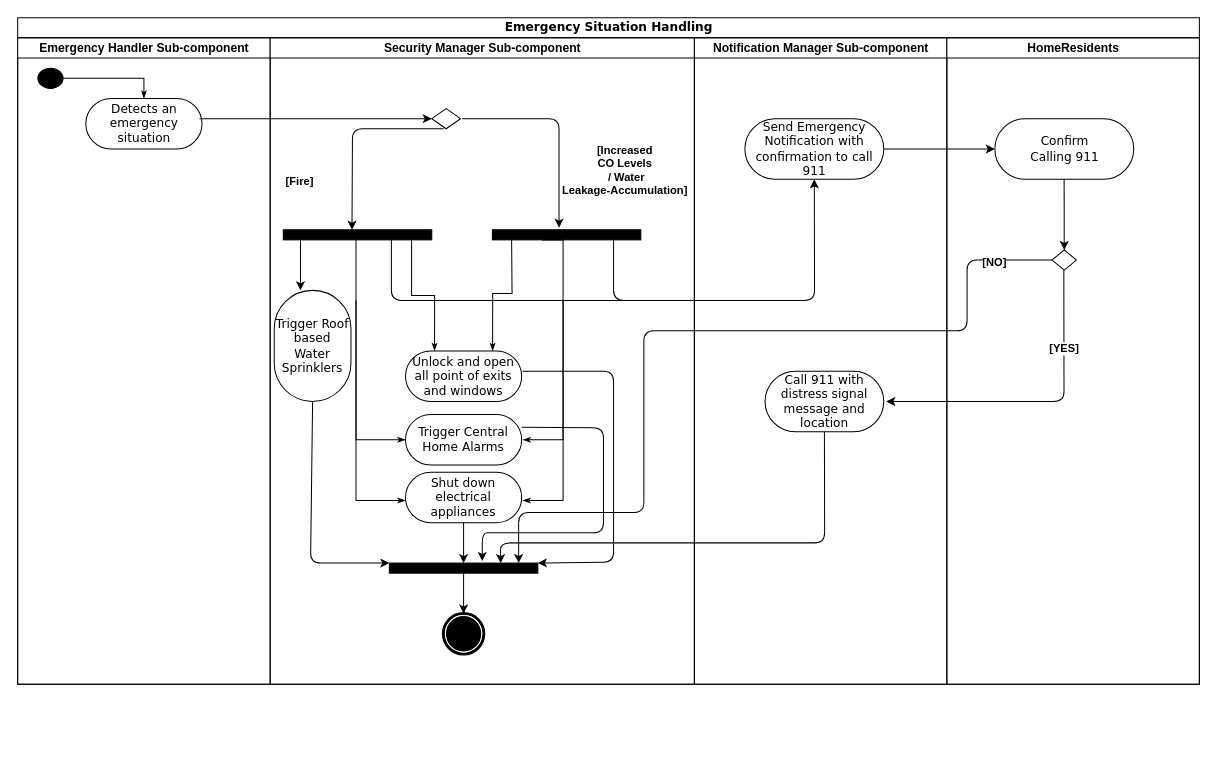
Before: Deliverable-3/Apoorv/ActivityDiagramEmergencyHandling.drawio in sakibshuvo/SOEN-6481-SRS, a draw.io diagram. Source tidied: cells renumbered, new cells numbered last; positions are measured from the earlier drawing's top-left corner, leaving out a move shared by most shapes. Both pictures are drawn from the tidied source at 101%, with x=0, y=0 at pixel (17, 17).
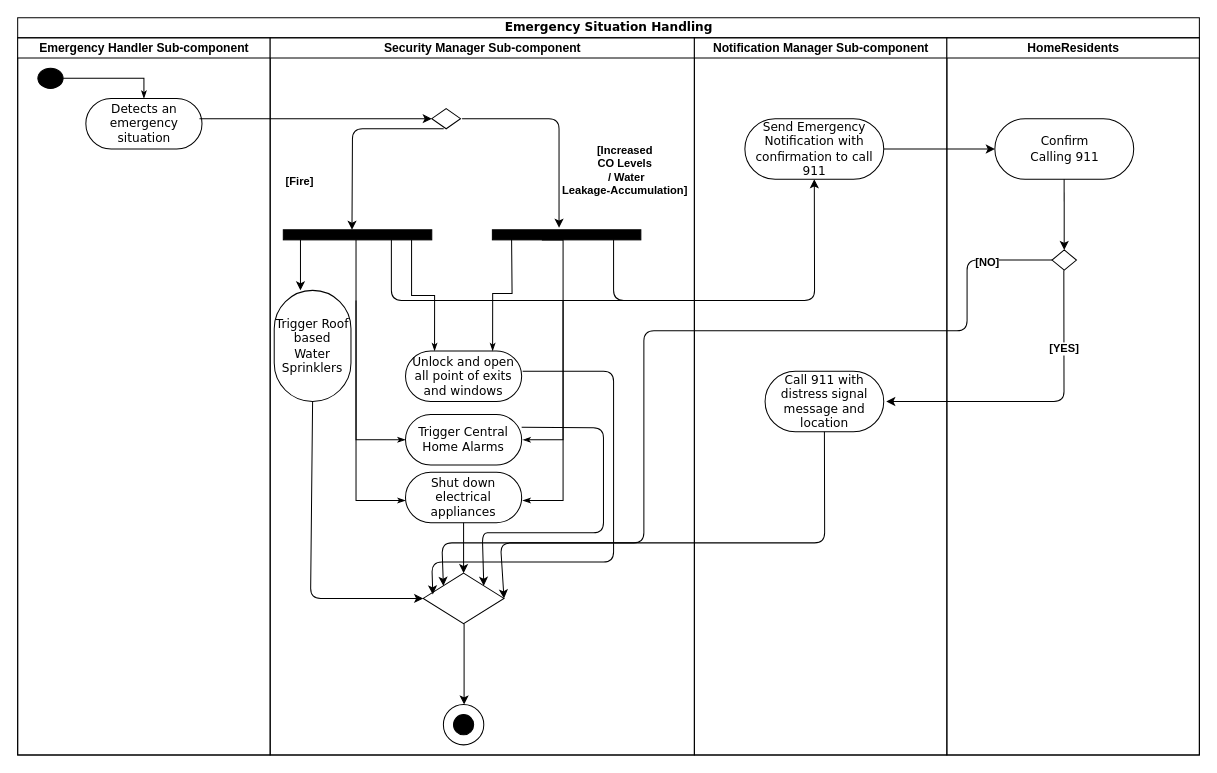
The same page after the edit.

Unchanged cells that the change refers to:
```xml
<mxCell id="11" value="Trigger Roof based &lt;br&gt;Water &lt;br&gt;Sprinklers" style="rounded=1;whiteSpace=wrap;html=1;shadow=0;comic=0;labelBackgroundColor=none;strokeWidth=1;fontFamily=Verdana;fontSize=12;align=center;arcSize=50;" parent="7" vertex="1">
  <mxGeometry x="4" y="250" width="76" height="110" as="geometry" />
</mxCell>
<mxCell id="22" value="Shut down electrical appliances" style="rounded=1;whiteSpace=wrap;html=1;shadow=0;comic=0;labelBackgroundColor=none;strokeWidth=1;fontFamily=Verdana;fontSize=12;align=center;arcSize=50;" parent="7" vertex="1">
  <mxGeometry x="134" y="430" width="115" height="50" as="geometry" />
</mxCell>
<mxCell id="25" value="Trigger Central Home Alarms" style="rounded=1;whiteSpace=wrap;html=1;shadow=0;comic=0;labelBackgroundColor=none;strokeWidth=1;fontFamily=Verdana;fontSize=12;align=center;arcSize=50;" parent="7" vertex="1">
  <mxGeometry x="134" y="373" width="115" height="50" as="geometry" />
</mxCell>
<mxCell id="39" value="Call 911 with distress signal message and location" style="rounded=1;whiteSpace=wrap;html=1;shadow=0;comic=0;labelBackgroundColor=none;strokeWidth=1;fontFamily=Verdana;fontSize=12;align=center;arcSize=50;" parent="38" vertex="1">
  <mxGeometry x="70" y="330" width="117.5" height="60" as="geometry" />
</mxCell>
<mxCell id="47" style="rhombus;whiteSpace=wrap;html=1;" parent="42" vertex="1">
  <mxGeometry x="104.1" y="210" width="24.2" height="20" as="geometry" />
</mxCell>
```

What changed in the source:
```diff
@@
     <mxCell id="2" value="Emergency Situation Handling" style="swimlane;html=1;startSize=20;rounded=0;shadow=0;comic=0;labelBackgroundColor=none;strokeWidth=1;fontFamily=Verdana;fontSize=12;align=center;" parent="1" vertex="1">
-      <mxGeometry width="1170" height="660" as="geometry" />
+      <mxGeometry width="1170" height="730" as="geometry" />
     </mxCell>
     <mxCell id="3" value="Emergency Handler Sub-component" style="swimlane;html=1;startSize=20;" parent="2" vertex="1">
-      <mxGeometry y="20" width="250" height="640" as="geometry" />
+      <mxGeometry y="20" width="250" height="710" as="geometry" />
     </mxCell>
@@
     <mxCell id="7" value="Security Manager Sub-component" style="swimlane;html=1;startSize=20;" parent="2" vertex="1">
-      <mxGeometry x="250" y="20" width="420" height="640" as="geometry" />
+      <mxGeometry x="250" y="20" width="420" height="710" as="geometry" />
     </mxCell>
+    <mxCell id="53" style="ellipse;whiteSpace=wrap;html=1;" parent="7" vertex="1">
+      <mxGeometry x="171.5" y="660" width="40" height="40" as="geometry" />
+    </mxCell>
@@
-    <mxCell id="19" style="endArrow=classic;html=1;exitX=0.5;exitY=1;exitDx=0;exitDy=0;entryX=0;entryY=0;entryDx=0;entryDy=0;" parent="7" edge="1" source="11" target="30">
+    <mxCell id="19" style="endArrow=classic;html=1;exitX=0.5;exitY=1;exitDx=0;exitDy=0;entryX=0;entryY=0.5;entryDx=0;entryDy=0;" parent="7" edge="1" source="11" target="55">
       <mxGeometry relative="1" as="geometry">
         <Array as="points">
-          <mxPoint x="40" y="520" />
+          <mxPoint x="40" y="555" />
         </Array>
       </mxGeometry>
     </mxCell>
@@
+    <mxCell id="54" style="ellipse;whiteSpace=wrap;html=1;fillColor=#000000;" parent="7" vertex="1">
+      <mxGeometry x="181.5" y="670" width="20" height="20" as="geometry" />
+    </mxCell>
+    <mxCell id="55" style="rhombus;whiteSpace=wrap;html=1;" parent="7" vertex="1">
+      <mxGeometry x="151.5" y="530" width="80" height="50" as="geometry" />
+    </mxCell>
@@
-    <mxCell id="30" style="whiteSpace=wrap;html=1;rounded=0;shadow=0;comic=0;labelBackgroundColor=none;strokeWidth=1;fillColor=#000000;fontFamily=Verdana;fontSize=12;align=center;rotation=0;" parent="7" vertex="1">
-      <mxGeometry x="118" y="520" width="147" height="10" as="geometry" />
-    </mxCell>
-    <mxCell id="31" style="endArrow=classic;html=1;exitX=0.5;exitY=1;exitDx=0;exitDy=0;entryX=0.5;entryY=0;entryDx=0;entryDy=0;" parent="7" edge="1" source="30" target="32">
-      <mxGeometry relative="1" as="geometry" />
+    <mxCell id="31" style="endArrow=classic;html=1;" parent="7" edge="1">
+      <mxGeometry relative="1" as="geometry">
+        <mxPoint x="192" y="580" as="sourcePoint" />
+        <mxPoint x="192" y="660" as="targetPoint" />
+      </mxGeometry>
     </mxCell>
-    <mxCell id="32" style="shape=mxgraph.bpmn.shape;html=1;verticalLabelPosition=bottom;labelBackgroundColor=#ffffff;verticalAlign=top;perimeter=ellipsePerimeter;outline=end;symbol=terminate;rounded=0;shadow=0;comic=0;strokeWidth=1;fontFamily=Verdana;fontSize=12;align=center;" parent="7" vertex="1">
-      <mxGeometry x="171.5" y="570" width="40" height="40" as="geometry" />
-    </mxCell>
@@
-    <mxCell id="35" style="endArrow=classic;html=1;exitX=1;exitY=0.25;exitDx=0;exitDy=0;" parent="7" edge="1" source="25">
+    <mxCell id="35" style="endArrow=classic;html=1;exitX=1;exitY=0.25;exitDx=0;exitDy=0;entryX=1;entryY=0;entryDx=0;entryDy=0;" parent="7" edge="1" source="25" target="55">
       <mxGeometry relative="1" as="geometry">
-        <mxPoint x="210" y="518" as="targetPoint" />
         <Array as="points">
           <mxPoint x="330" y="386" />
           <mxPoint x="330" y="490" />
           <mxPoint x="230" y="490" />
           <mxPoint x="210" y="490" />
         </Array>
       </mxGeometry>
     </mxCell>
-    <mxCell id="36" style="endArrow=classic;html=1;exitX=0.5;exitY=1;exitDx=0;exitDy=0;entryX=0.5;entryY=0;entryDx=0;entryDy=0;" parent="7" edge="1" source="22" target="30">
+    <mxCell id="36" style="endArrow=classic;html=1;exitX=0.5;exitY=1;exitDx=0;exitDy=0;entryX=0.5;entryY=0;entryDx=0;entryDy=0;" parent="7" edge="1" source="22" target="55">
       <mxGeometry relative="1" as="geometry" />
     </mxCell>
@@
     <mxCell id="38" value="Notification Manager Sub-component" style="swimlane;html=1;startSize=20;" parent="2" vertex="1">
-      <mxGeometry x="670" y="20" width="250" height="640" as="geometry" />
+      <mxGeometry x="670" y="20" width="250" height="710" as="geometry" />
     </mxCell>
@@
     <mxCell id="42" value="HomeResidents" style="swimlane;html=1;startSize=20;" parent="2" vertex="1">
-      <mxGeometry x="920" y="20" width="250" height="640" as="geometry" />
+      <mxGeometry x="920" y="20" width="250" height="710" as="geometry" />
     </mxCell>
@@
-    <mxCell id="48" style="endArrow=classic;html=1;exitX=0;exitY=0.5;exitDx=0;exitDy=0;" parent="2" edge="1" source="47">
+    <mxCell id="48" style="endArrow=classic;html=1;exitX=0;exitY=0.5;exitDx=0;exitDy=0;entryX=0;entryY=0;entryDx=0;entryDy=0;" parent="2" edge="1" source="47" target="55">
       <mxGeometry relative="1" as="geometry">
-        <mxPoint x="496" y="540" as="targetPoint" />
         <Array as="points">
           <mxPoint x="940" y="240" />
           <mxPoint x="940" y="310" />
           <mxPoint x="620" y="310" />
           <mxPoint x="620" y="490" />
-          <mxPoint x="496" y="490" />
+          <mxPoint x="620" y="520" />
+          <mxPoint x="420" y="520" />
         </Array>
       </mxGeometry>
     </mxCell>
@@
-    <mxCell id="50" style="endArrow=classic;html=1;exitX=0.5;exitY=1;exitDx=0;exitDy=0;entryX=0.75;entryY=0;entryDx=0;entryDy=0;" parent="2" edge="1" source="39" target="30">
+    <mxCell id="50" style="endArrow=classic;html=1;exitX=0.5;exitY=1;exitDx=0;exitDy=0;entryX=1;entryY=0.5;entryDx=0;entryDy=0;" parent="2" edge="1" source="39" target="55">
       <mxGeometry relative="1" as="geometry">
         <Array as="points">
           <mxPoint x="799" y="520" />
           <mxPoint x="478" y="520" />
         </Array>
       </mxGeometry>
     </mxCell>
@@
-    <mxCell id="52" style="endArrow=classic;html=1;entryX=1;entryY=0;entryDx=0;entryDy=0;" parent="1" edge="1" target="30">
+    <mxCell id="52" style="endArrow=classic;html=1;entryX=0.119;entryY=0.42;entryDx=0;entryDy=0;entryPerimeter=0;" parent="1" edge="1" target="55">
       <mxGeometry relative="1" as="geometry">
         <mxPoint x="500" y="350" as="sourcePoint" />
         <Array as="points">
           <mxPoint x="590" y="350" />
           <mxPoint x="590" y="539" />
+          <mxPoint x="410" y="539" />
         </Array>
       </mxGeometry>
     </mxCell>
```
